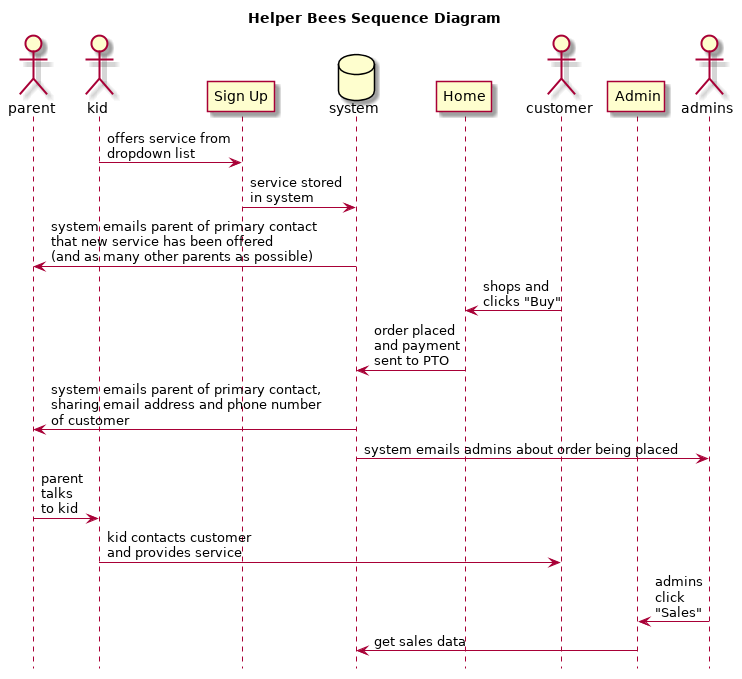
Above: docs/sequence.png in CoolidgeCornerSchool/helperbees (PlantUML), before the change.
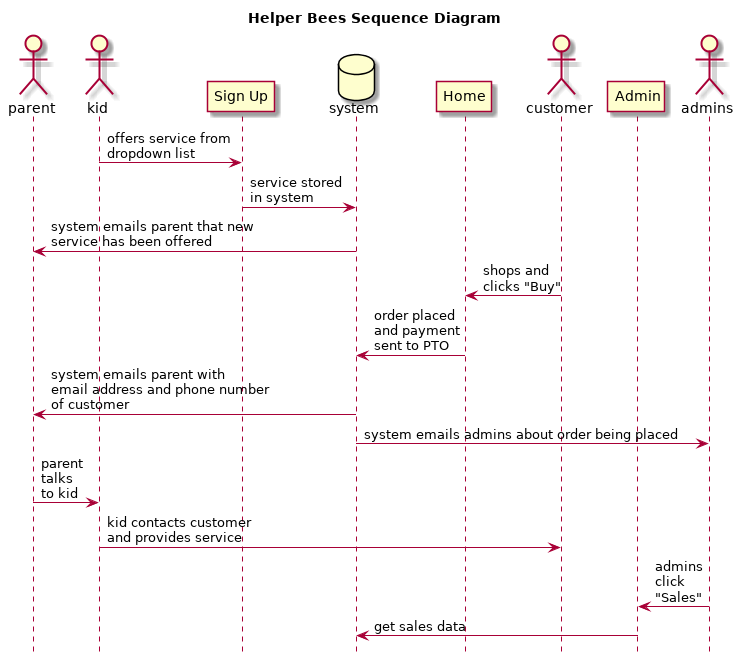
After the change.

Commit message:
remove concept of primary contact

What changed in the source:
```diff
@@ -10,14 +10,14 @@
 participant "Home"
 kid -> "Sign Up" : offers service from\ndropdown list
 "Sign Up" -> system : service stored\nin system
-system -> parent : system emails parent of primary contact\nthat new service has been offered\n(and as many other parents as possible)
+system -> parent : system emails parent that new\nservice has been offered
 
 actor customer
 participant "Admin"
 actor admins
 customer -> "Home" : shops and\nclicks "Buy"
 "Home" -> system : order placed\nand payment\nsent to PTO
-system -> parent : system emails parent of primary contact,\nsharing email address and phone number\nof customer
+system -> parent : system emails parent with\nemail address and phone number\nof customer
 system -> admins : system emails admins about order being placed
 parent -> kid : parent\ntalks\nto kid
 kid -> customer : kid contacts customer\nand provides service
```
